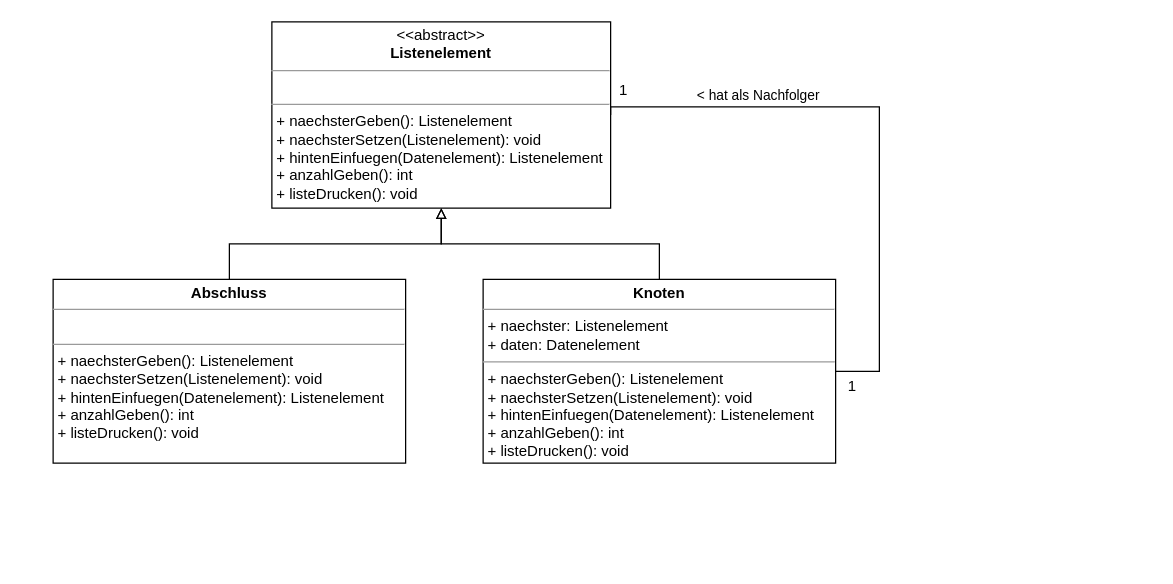
Above: page "class diagram" (3 of 3) of q11-liste-composite.drawio in JoernWVSG/diagram (draw.io), before the change. Source tidied: cells renumbered, new cells numbered last; positions are measured from the earlier drawing's top-left corner, leaving out a move shared by most shapes. Both pictures are drawn from the tidied source at 125%, with x=0, y=0 at pixel (52, 21).
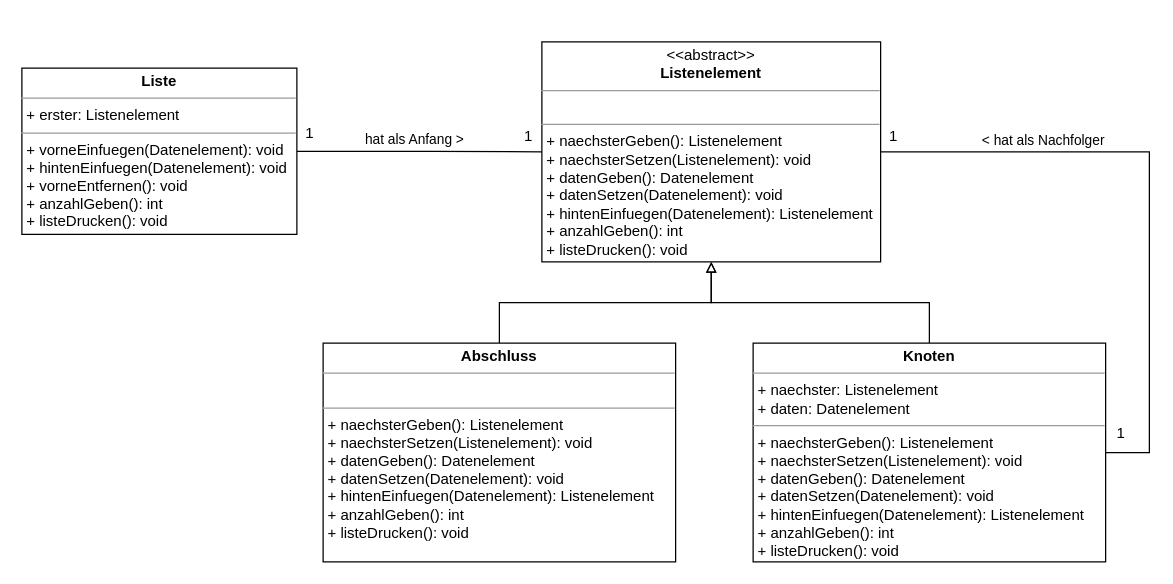
Above is the later version.

What changed in the source:
```diff
@@
 <mxGraphModel>
   <root>
     <mxCell id="0" />
     <mxCell id="1" parent="0" />
-    <mxCell id="2" value="&lt;p style=&quot;margin: 0px ; margin-top: 4px ; text-align: center&quot;&gt;&amp;lt;&amp;lt;abstract&amp;gt;&amp;gt;&lt;br&gt;&lt;b&gt;Listenelement&lt;/b&gt;&lt;/p&gt;&lt;hr size=&quot;1&quot;&gt;&lt;p style=&quot;margin: 0px ; margin-left: 4px&quot;&gt;&lt;br&gt;&lt;/p&gt;&lt;hr size=&quot;1&quot;&gt;&lt;p style=&quot;margin: 0px ; margin-left: 4px&quot;&gt;+ naechsterGeben(): Listenelement&lt;/p&gt;&lt;p style=&quot;margin: 0px ; margin-left: 4px&quot;&gt;+ naechsterSetzen(Listenelement): void&lt;/p&gt;&lt;p style=&quot;margin: 0px ; margin-left: 4px&quot;&gt;+ hintenEinfuegen(Datenelement): Listenelement&lt;br&gt;+ anzahlGeben(): int&lt;/p&gt;&lt;p style=&quot;margin: 0px ; margin-left: 4px&quot;&gt;+ listeDrucken(): void&lt;/p&gt;" style="verticalAlign=top;align=left;overflow=fill;fontSize=12;fontFamily=Helvetica;html=1;" parent="1" vertex="1">
-      <mxGeometry x="175" width="271" height="149" as="geometry" />
+    <mxCell id="2" value="&lt;p style=&quot;margin: 0px ; margin-top: 4px ; text-align: center&quot;&gt;&amp;lt;&amp;lt;abstract&amp;gt;&amp;gt;&lt;br&gt;&lt;b&gt;Listenelement&lt;/b&gt;&lt;/p&gt;&lt;hr size=&quot;1&quot;&gt;&lt;p style=&quot;margin: 0px ; margin-left: 4px&quot;&gt;&lt;br&gt;&lt;/p&gt;&lt;hr size=&quot;1&quot;&gt;&lt;p style=&quot;margin: 0px ; margin-left: 4px&quot;&gt;+ naechsterGeben(): Listenelement&lt;/p&gt;&lt;p style=&quot;margin: 0px ; margin-left: 4px&quot;&gt;+ naechsterSetzen(Listenelement): void&lt;/p&gt;&lt;p style=&quot;margin: 0px ; margin-left: 4px&quot;&gt;+ datenGeben(): Datenelement&lt;/p&gt;&lt;p style=&quot;margin: 0px ; margin-left: 4px&quot;&gt;+ datenSetzen(Datenelement): void&lt;/p&gt;&lt;p style=&quot;margin: 0px ; margin-left: 4px&quot;&gt;+ hintenEinfuegen(Datenelement): Listenelement&lt;br&gt;+ anzahlGeben(): int&lt;/p&gt;&lt;p style=&quot;margin: 0px ; margin-left: 4px&quot;&gt;+ listeDrucken(): void&lt;/p&gt;" style="verticalAlign=top;align=left;overflow=fill;fontSize=12;fontFamily=Helvetica;html=1;" parent="1" vertex="1">
+      <mxGeometry x="391" y="16" width="271" height="176" as="geometry" />
     </mxCell>
     <mxCell id="3" style="edgeStyle=orthogonalEdgeStyle;rounded=0;jettySize=auto;html=1;exitX=0.5;exitY=0;exitDx=0;exitDy=0;entryX=0.5;entryY=1;entryDx=0;entryDy=0;endArrow=block;endFill=0;" parent="1" edge="1" source="4" target="2">
       <mxGeometry relative="1" as="geometry" />
     </mxCell>
-    <mxCell id="4" value="&lt;p style=&quot;margin: 0px ; margin-top: 4px ; text-align: center&quot;&gt;&lt;b&gt;Abschluss&lt;/b&gt;&lt;/p&gt;&lt;hr size=&quot;1&quot;&gt;&lt;p style=&quot;margin: 0px ; margin-left: 4px&quot;&gt;&lt;br&gt;&lt;/p&gt;&lt;hr size=&quot;1&quot;&gt;&lt;p style=&quot;margin: 0px 0px 0px 4px&quot;&gt;+ naechsterGeben(): Listenelement&lt;/p&gt;&lt;p style=&quot;margin: 0px 0px 0px 4px&quot;&gt;+ naechsterSetzen(Listenelement): void&lt;/p&gt;&lt;p style=&quot;margin: 0px 0px 0px 4px&quot;&gt;+ hintenEinfuegen(Datenelement): Listenelement&lt;br&gt;+ anzahlGeben(): int&lt;/p&gt;&lt;p style=&quot;margin: 0px 0px 0px 4px&quot;&gt;+ listeDrucken(): void&lt;/p&gt;" style="verticalAlign=top;align=left;overflow=fill;fontSize=12;fontFamily=Helvetica;html=1;" parent="1" vertex="1">
-      <mxGeometry y="206" width="282" height="147" as="geometry" />
+    <mxCell id="4" value="&lt;p style=&quot;margin: 0px ; margin-top: 4px ; text-align: center&quot;&gt;&lt;b&gt;Abschluss&lt;/b&gt;&lt;/p&gt;&lt;hr size=&quot;1&quot;&gt;&lt;p style=&quot;margin: 0px ; margin-left: 4px&quot;&gt;&lt;br&gt;&lt;/p&gt;&lt;hr size=&quot;1&quot;&gt;&lt;p style=&quot;margin: 0px 0px 0px 4px&quot;&gt;+ naechsterGeben(): Listenelement&lt;/p&gt;&lt;p style=&quot;margin: 0px 0px 0px 4px&quot;&gt;+ naechsterSetzen(Listenelement): void&lt;/p&gt;&lt;p style=&quot;margin: 0px 0px 0px 4px&quot;&gt;+ datenGeben(): Datenelement&lt;/p&gt;&lt;p style=&quot;margin: 0px 0px 0px 4px&quot;&gt;+ datenSetzen(Datenelement): void&lt;/p&gt;&lt;p style=&quot;margin: 0px 0px 0px 4px&quot;&gt;+ hintenEinfuegen(Datenelement): Listenelement&lt;br&gt;+ anzahlGeben(): int&lt;/p&gt;&lt;p style=&quot;margin: 0px 0px 0px 4px&quot;&gt;+ listeDrucken(): void&lt;/p&gt;" style="verticalAlign=top;align=left;overflow=fill;fontSize=12;fontFamily=Helvetica;html=1;" parent="1" vertex="1">
+      <mxGeometry x="216" y="257" width="282" height="175" as="geometry" />
     </mxCell>
     <mxCell id="5" style="edgeStyle=orthogonalEdgeStyle;rounded=0;jettySize=auto;html=1;exitX=1;exitY=0.5;exitDx=0;exitDy=0;entryX=1;entryY=0.5;entryDx=0;entryDy=0;endArrow=none;endFill=0;" parent="1" edge="1" source="8" target="2">
       <mxGeometry relative="1" as="geometry">
         <Array as="points">
-          <mxPoint x="661" y="280" />
-          <mxPoint x="661" y="68" />
+          <mxPoint x="877" y="345" />
+          <mxPoint x="877" y="104" />
         </Array>
       </mxGeometry>
     </mxCell>
     <mxCell id="6" value="&amp;lt; hat als Nachfolger" style="edgeLabel;html=1;align=center;verticalAlign=middle;" parent="5" vertex="1">
       <mxGeometry x="0.47" relative="1" as="geometry">
         <mxPoint y="-10" as="offset" />
       </mxGeometry>
     </mxCell>
     <mxCell id="7" style="edgeStyle=orthogonalEdgeStyle;rounded=0;jettySize=auto;html=1;exitX=0.5;exitY=0;exitDx=0;exitDy=0;endArrow=block;endFill=0;" parent="1" edge="1" source="8" target="2">
       <mxGeometry relative="1" as="geometry" />
     </mxCell>
-    <mxCell id="8" value="&lt;p style=&quot;margin: 0px ; margin-top: 4px ; text-align: center&quot;&gt;&lt;b&gt;Knoten&lt;/b&gt;&lt;/p&gt;&lt;hr size=&quot;1&quot;&gt;&lt;p style=&quot;margin: 0px ; margin-left: 4px&quot;&gt;+ naechster: Listenelement&lt;/p&gt;&lt;p style=&quot;margin: 0px ; margin-left: 4px&quot;&gt;+ daten: Datenelement&lt;/p&gt;&lt;hr size=&quot;1&quot;&gt;&lt;p style=&quot;margin: 0px 0px 0px 4px&quot;&gt;+ naechsterGeben(): Listenelement&lt;/p&gt;&lt;p style=&quot;margin: 0px 0px 0px 4px&quot;&gt;+ naechsterSetzen(Listenelement): void&lt;/p&gt;&lt;p style=&quot;margin: 0px 0px 0px 4px&quot;&gt;+ hintenEinfuegen(Datenelement): Listenelement&lt;br&gt;+ anzahlGeben(): int&lt;/p&gt;&lt;p style=&quot;margin: 0px 0px 0px 4px&quot;&gt;+ listeDrucken(): void&lt;/p&gt;" style="verticalAlign=top;align=left;overflow=fill;fontSize=12;fontFamily=Helvetica;html=1;" parent="1" vertex="1">
-      <mxGeometry x="344" y="206" width="282" height="147" as="geometry" />
+    <mxCell id="8" value="&lt;p style=&quot;margin: 0px ; margin-top: 4px ; text-align: center&quot;&gt;&lt;b&gt;Knoten&lt;/b&gt;&lt;/p&gt;&lt;hr size=&quot;1&quot;&gt;&lt;p style=&quot;margin: 0px ; margin-left: 4px&quot;&gt;+ naechster: Listenelement&lt;/p&gt;&lt;p style=&quot;margin: 0px ; margin-left: 4px&quot;&gt;+ daten: Datenelement&lt;/p&gt;&lt;hr size=&quot;1&quot;&gt;&lt;p style=&quot;margin: 0px 0px 0px 4px&quot;&gt;+ naechsterGeben(): Listenelement&lt;/p&gt;&lt;p style=&quot;margin: 0px 0px 0px 4px&quot;&gt;+ naechsterSetzen(Listenelement): void&lt;/p&gt;&lt;p style=&quot;margin: 0px 0px 0px 4px&quot;&gt;+ datenGeben(): Datenelement&lt;/p&gt;&lt;p style=&quot;margin: 0px 0px 0px 4px&quot;&gt;+ datenSetzen(Datenelement): void&lt;/p&gt;&lt;p style=&quot;margin: 0px 0px 0px 4px&quot;&gt;+ hintenEinfuegen(Datenelement): Listenelement&lt;br&gt;+ anzahlGeben(): int&lt;/p&gt;&lt;p style=&quot;margin: 0px 0px 0px 4px&quot;&gt;+ listeDrucken(): void&lt;/p&gt;" style="verticalAlign=top;align=left;overflow=fill;fontSize=12;fontFamily=Helvetica;html=1;" parent="1" vertex="1">
+      <mxGeometry x="560" y="257" width="282" height="175" as="geometry" />
     </mxCell>
     <mxCell id="9" value="1" style="text;html=1;strokeColor=none;fillColor=none;align=center;verticalAlign=middle;whiteSpace=wrap;rounded=0;" parent="1" vertex="1">
-      <mxGeometry x="446" y="46" width="21" height="18" as="geometry" />
+      <mxGeometry x="662" y="83" width="21" height="18" as="geometry" />
     </mxCell>
     <mxCell id="10" value="1" style="text;html=1;strokeColor=none;fillColor=none;align=center;verticalAlign=middle;whiteSpace=wrap;rounded=0;" parent="1" vertex="1">
-      <mxGeometry x="629" y="283" width="21" height="18" as="geometry" />
+      <mxGeometry x="844" y="320" width="21" height="18" as="geometry" />
     </mxCell>
+    <mxCell id="11" style="edgeStyle=orthogonalEdgeStyle;rounded=1;jettySize=auto;html=1;exitX=1;exitY=0.5;exitDx=0;exitDy=0;entryX=0;entryY=0.5;entryDx=0;entryDy=0;endArrow=none;endFill=0;" parent="1" edge="1" source="13" target="2">
+      <mxGeometry relative="1" as="geometry" />
+    </mxCell>
+    <mxCell id="12" value="hat als Anfang &amp;gt;" style="edgeLabel;html=1;align=center;verticalAlign=middle;" parent="11" vertex="1">
+      <mxGeometry x="-0.05" y="3" relative="1" as="geometry">
+        <mxPoint y="-7" as="offset" />
+      </mxGeometry>
+    </mxCell>
+    <mxCell id="13" value="&lt;p style=&quot;margin: 0px ; margin-top: 4px ; text-align: center&quot;&gt;&lt;b&gt;Liste&lt;/b&gt;&lt;/p&gt;&lt;hr size=&quot;1&quot;&gt;&lt;p style=&quot;margin: 0px ; margin-left: 4px&quot;&gt;+ erster: Listenelement&lt;/p&gt;&lt;hr size=&quot;1&quot;&gt;&lt;p style=&quot;margin: 0px 0px 0px 4px&quot;&gt;+ vorneEinfuegen(Datenelement): void&lt;/p&gt;&lt;p style=&quot;margin: 0px 0px 0px 4px&quot;&gt;+ hintenEinfuegen(Datenelement): void&lt;/p&gt;&lt;p style=&quot;margin: 0px 0px 0px 4px&quot;&gt;+ vorneEntfernen(): void&lt;br&gt;+ anzahlGeben(): int&lt;/p&gt;&lt;p style=&quot;margin: 0px 0px 0px 4px&quot;&gt;+ listeDrucken(): void&lt;/p&gt;" style="verticalAlign=top;align=left;overflow=fill;fontSize=12;fontFamily=Helvetica;html=1;" parent="1" vertex="1">
+      <mxGeometry x="-25" y="37" width="220" height="133" as="geometry" />
+    </mxCell>
+    <mxCell id="14" value="1" style="text;html=1;strokeColor=none;fillColor=none;align=center;verticalAlign=middle;whiteSpace=wrap;rounded=0;" parent="1" vertex="1">
+      <mxGeometry x="370" y="83" width="21" height="18" as="geometry" />
+    </mxCell>
+    <mxCell id="15" value="1" style="text;html=1;strokeColor=none;fillColor=none;align=center;verticalAlign=middle;whiteSpace=wrap;rounded=0;" parent="1" vertex="1">
+      <mxGeometry x="195" y="80" width="21" height="18" as="geometry" />
+    </mxCell>
   </root>
 </mxGraphModel>
```
